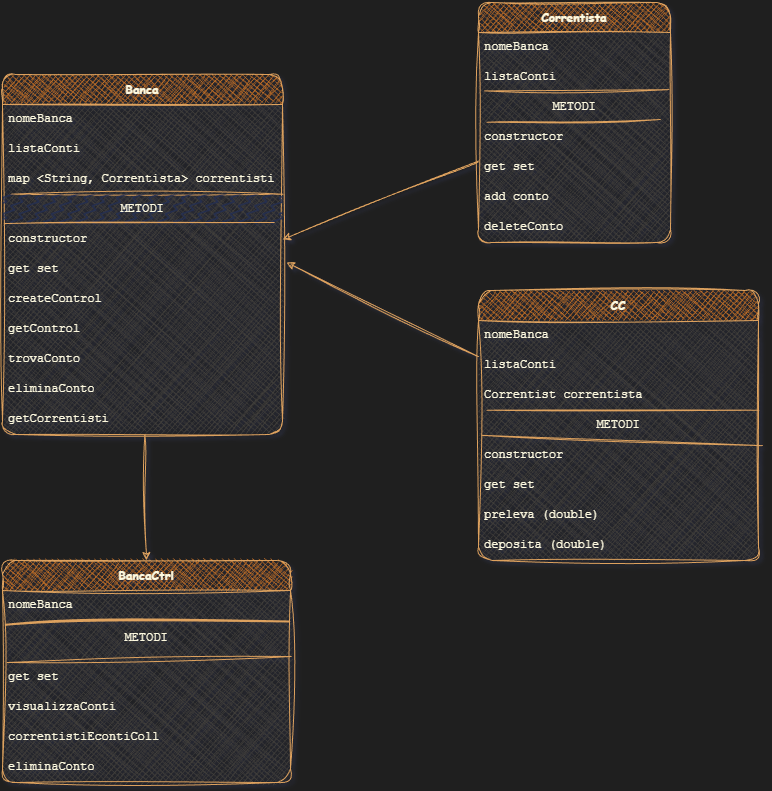
Above: ContoCorrentMVCPRJ5/diagrammaBanca_2-4-26.drawio.png in CarloDM/carloWorkspaceB22-418-JAVA (draw.io), before the change. Source tidied: cells renumbered, new cells last; positions are measured from the earlier drawing's top-left corner, leaving out a move shared by most shapes.
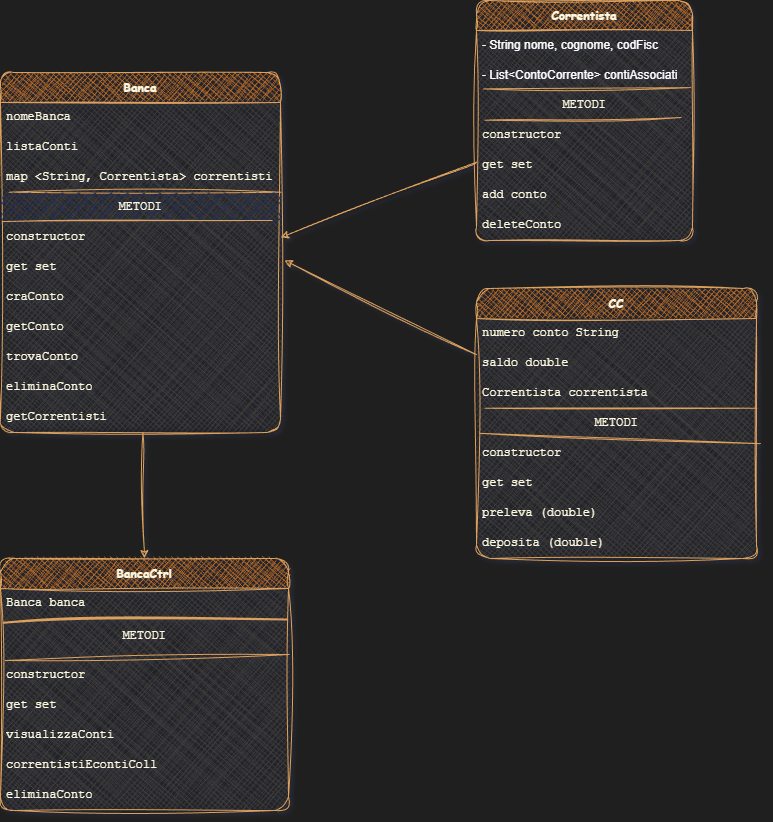
Above is the later version.

Change to the diagram source:
```diff
@@ -35,10 +35,10 @@
     <mxCell id="11" value="get set" style="text;strokeColor=none;fillColor=none;align=left;verticalAlign=middle;spacingLeft=4;spacingRight=4;overflow=hidden;points=[[0,0.5],[1,0.5]];portConstraint=eastwest;whiteSpace=wrap;html=1;fontFamily=Courier New;labelBackgroundColor=none;fontColor=#FEFAE0;" parent="3" vertex="1">
       <mxGeometry y="180" width="280" height="30" as="geometry" />
     </mxCell>
-    <mxCell id="12" value="createControl" style="text;strokeColor=none;fillColor=none;align=left;verticalAlign=middle;spacingLeft=4;spacingRight=4;overflow=hidden;whiteSpace=wrap;html=1;fontFamily=Courier New;labelBackgroundColor=none;fontColor=#FEFAE0;" parent="3" vertex="1">
+    <mxCell id="12" value="craConto" style="text;strokeColor=none;fillColor=none;align=left;verticalAlign=middle;spacingLeft=4;spacingRight=4;overflow=hidden;whiteSpace=wrap;html=1;fontFamily=Courier New;labelBackgroundColor=none;fontColor=#FEFAE0;" parent="3" vertex="1">
       <mxGeometry y="210" width="280" height="30" as="geometry" />
     </mxCell>
-    <mxCell id="13" value="getControl" style="text;strokeColor=none;fillColor=none;align=left;verticalAlign=middle;spacingLeft=4;spacingRight=4;overflow=hidden;whiteSpace=wrap;html=1;fontFamily=Courier New;labelBackgroundColor=none;fontColor=#FEFAE0;" parent="3" vertex="1">
+    <mxCell id="13" value="getConto" style="text;strokeColor=none;fillColor=none;align=left;verticalAlign=middle;spacingLeft=4;spacingRight=4;overflow=hidden;whiteSpace=wrap;html=1;fontFamily=Courier New;labelBackgroundColor=none;fontColor=#FEFAE0;" parent="3" vertex="1">
       <mxGeometry y="240" width="280" height="30" as="geometry" />
     </mxCell>
     <mxCell id="14" value="trovaConto" style="text;strokeColor=none;fillColor=none;align=left;verticalAlign=middle;spacingLeft=4;spacingRight=4;overflow=hidden;whiteSpace=wrap;html=1;fontFamily=Courier New;labelBackgroundColor=none;fontColor=#FEFAE0;" parent="3" vertex="1">
@@ -54,13 +54,13 @@
       <mxGeometry relative="1" as="geometry" />
     </mxCell>
     <mxCell id="18" value="Correntista" style="swimlane;fontStyle=1;horizontal=1;startSize=30;whiteSpace=wrap;html=1;sketch=1;hachureGap=4;jiggle=2;curveFitting=1;fontFamily=Comic Sans MS;swimlaneFillColor=#403E3A;fillStyle=cross-hatch;rounded=1;labelBackgroundColor=none;fillColor=#BC6C25;strokeColor=#DDA15E;fontColor=#FEFAE0;" parent="1" vertex="1">
-      <mxGeometry x="476" width="192" height="240" as="geometry" />
+      <mxGeometry x="476" width="216" height="240" as="geometry" />
     </mxCell>
-    <mxCell id="19" value="nomeBanca" style="text;strokeColor=none;fillColor=none;align=left;verticalAlign=middle;spacingLeft=4;spacingRight=4;overflow=hidden;whiteSpace=wrap;html=1;fontFamily=Courier New;labelBackgroundColor=none;fontColor=#FEFAE0;" parent="18" vertex="1">
-      <mxGeometry y="30" width="192" height="30" as="geometry" />
+    <mxCell id="19" value="&lt;span style=&quot;color: rgb(255, 255, 255); font-family: Helvetica;&quot;&gt;- String nome, cognome, codFisc&amp;nbsp;&lt;/span&gt;" style="text;strokeColor=none;fillColor=none;align=left;verticalAlign=middle;spacingLeft=4;spacingRight=4;overflow=hidden;whiteSpace=wrap;html=1;fontFamily=Courier New;labelBackgroundColor=none;fontColor=#FEFAE0;" parent="18" vertex="1">
+      <mxGeometry y="30" width="216" height="30" as="geometry" />
     </mxCell>
-    <mxCell id="20" value="listaConti" style="text;strokeColor=none;fillColor=none;align=left;verticalAlign=middle;spacingLeft=4;spacingRight=4;overflow=hidden;whiteSpace=wrap;html=1;fontFamily=Courier New;labelBackgroundColor=none;fontColor=#FEFAE0;" parent="18" vertex="1">
-      <mxGeometry y="60" width="192" height="30" as="geometry" />
+    <mxCell id="20" value="&lt;span style=&quot;color: rgb(255, 255, 255); font-family: Helvetica;&quot;&gt;- List&amp;lt;ContoCorrente&amp;gt; contiAssociati&lt;/span&gt;" style="text;strokeColor=none;fillColor=none;align=left;verticalAlign=middle;spacingLeft=4;spacingRight=4;overflow=hidden;whiteSpace=wrap;html=1;fontFamily=Courier New;labelBackgroundColor=none;fontColor=#FEFAE0;" parent="18" vertex="1">
+      <mxGeometry y="60" width="216" height="30" as="geometry" />
     </mxCell>
     <mxCell id="21" style="endArrow=none;html=1;rounded=0;sketch=1;hachureGap=4;jiggle=2;curveFitting=1;fontFamily=Architects Daughter;fontSource=https%3A%2F%2Ffonts.googleapis.com%2Fcss%3Ffamily%3DArchitects%2BDaughter;exitX=0.006;exitY=0.12;exitDx=0;exitDy=0;exitPerimeter=0;entryX=0.948;entryY=0.9;entryDx=0;entryDy=0;entryPerimeter=0;labelBackgroundColor=none;fontColor=default;strokeColor=#DDA15E;" parent="18" edge="1" target="22">
       <mxGeometry relative="1" as="geometry">
@@ -68,19 +68,19 @@
       </mxGeometry>
     </mxCell>
     <mxCell id="22" value="METODI" style="text;align=center;verticalAlign=middle;spacingLeft=4;spacingRight=4;overflow=hidden;points=[[0,0.5],[1,0.5]];portConstraint=eastwest;whiteSpace=wrap;html=1;fontFamily=Courier New;fillStyle=dashed;gradientDirection=radial;labelBackgroundColor=none;fontColor=#FEFAE0;" parent="18" vertex="1">
-      <mxGeometry y="90" width="192" height="30" as="geometry" />
+      <mxGeometry y="90" width="216" height="30" as="geometry" />
     </mxCell>
     <mxCell id="23" value="constructor" style="text;strokeColor=none;fillColor=none;align=left;verticalAlign=middle;spacingLeft=4;spacingRight=4;overflow=hidden;whiteSpace=wrap;html=1;fontFamily=Courier New;labelBackgroundColor=none;fontColor=#FEFAE0;" parent="18" vertex="1">
-      <mxGeometry y="120" width="192" height="30" as="geometry" />
+      <mxGeometry y="120" width="216" height="30" as="geometry" />
     </mxCell>
     <mxCell id="24" value="get set" style="text;strokeColor=none;fillColor=none;align=left;verticalAlign=middle;spacingLeft=4;spacingRight=4;overflow=hidden;whiteSpace=wrap;html=1;fontFamily=Courier New;labelBackgroundColor=none;fontColor=#FEFAE0;" parent="18" vertex="1">
-      <mxGeometry y="150" width="192" height="30" as="geometry" />
+      <mxGeometry y="150" width="216" height="30" as="geometry" />
     </mxCell>
     <mxCell id="25" value="add conto" style="text;strokeColor=none;fillColor=none;align=left;verticalAlign=middle;spacingLeft=4;spacingRight=4;overflow=hidden;whiteSpace=wrap;html=1;fontFamily=Courier New;labelBackgroundColor=none;fontColor=#FEFAE0;" parent="18" vertex="1">
-      <mxGeometry y="180" width="192" height="30" as="geometry" />
+      <mxGeometry y="180" width="216" height="30" as="geometry" />
     </mxCell>
     <mxCell id="26" value="deleteConto" style="text;strokeColor=none;fillColor=none;align=left;verticalAlign=middle;spacingLeft=4;spacingRight=4;overflow=hidden;whiteSpace=wrap;html=1;fontFamily=Courier New;labelBackgroundColor=none;fontColor=#FEFAE0;" parent="18" vertex="1">
-      <mxGeometry y="210" width="192" height="30" as="geometry" />
+      <mxGeometry y="210" width="216" height="30" as="geometry" />
     </mxCell>
     <mxCell id="27" style="endArrow=none;html=1;rounded=0;sketch=1;hachureGap=4;jiggle=2;curveFitting=1;strokeColor=#DDA15E;fontFamily=Architects Daughter;fontSource=https%3A%2F%2Ffonts.googleapis.com%2Fcss%3Ffamily%3DArchitects%2BDaughter;fontColor=#FEFAE0;fillColor=#BC6C25;exitX=0.031;exitY=-0.054;exitDx=0;exitDy=0;exitPerimeter=0;entryX=0.991;entryY=-0.096;entryDx=0;entryDy=0;entryPerimeter=0;" parent="18" edge="1" source="22" target="22">
       <mxGeometry relative="1" as="geometry" />
@@ -88,13 +88,13 @@
     <mxCell id="28" value="CC" style="swimlane;fontStyle=1;horizontal=1;startSize=30;whiteSpace=wrap;html=1;sketch=1;hachureGap=4;jiggle=2;curveFitting=1;fontFamily=Comic Sans MS;swimlaneFillColor=#403E3A;fillStyle=cross-hatch;rounded=1;labelBackgroundColor=none;fillColor=#BC6C25;strokeColor=#DDA15E;fontColor=#FEFAE0;" parent="1" vertex="1">
       <mxGeometry x="476" y="288" width="280" height="270" as="geometry" />
     </mxCell>
-    <mxCell id="29" value="nomeBanca" style="text;strokeColor=none;fillColor=none;align=left;verticalAlign=middle;spacingLeft=4;spacingRight=4;overflow=hidden;whiteSpace=wrap;html=1;fontFamily=Courier New;labelBackgroundColor=none;fontColor=#FEFAE0;" parent="28" vertex="1">
+    <mxCell id="29" value="numero conto String" style="text;strokeColor=none;fillColor=none;align=left;verticalAlign=middle;spacingLeft=4;spacingRight=4;overflow=hidden;whiteSpace=wrap;html=1;fontFamily=Courier New;labelBackgroundColor=none;fontColor=#FEFAE0;" parent="28" vertex="1">
       <mxGeometry y="30" width="280" height="30" as="geometry" />
     </mxCell>
-    <mxCell id="30" value="listaConti" style="text;strokeColor=none;fillColor=none;align=left;verticalAlign=middle;spacingLeft=4;spacingRight=4;overflow=hidden;whiteSpace=wrap;html=1;fontFamily=Courier New;labelBackgroundColor=none;fontColor=#FEFAE0;" parent="28" vertex="1">
+    <mxCell id="30" value="saldo double" style="text;strokeColor=none;fillColor=none;align=left;verticalAlign=middle;spacingLeft=4;spacingRight=4;overflow=hidden;whiteSpace=wrap;html=1;fontFamily=Courier New;labelBackgroundColor=none;fontColor=#FEFAE0;" parent="28" vertex="1">
       <mxGeometry y="60" width="280" height="30" as="geometry" />
     </mxCell>
-    <mxCell id="31" value="Correntist correntista" style="text;strokeColor=none;fillColor=none;align=left;verticalAlign=middle;spacingLeft=4;spacingRight=4;overflow=hidden;whiteSpace=wrap;html=1;fontFamily=Courier New;labelBackgroundColor=none;fontColor=#FEFAE0;" parent="28" vertex="1">
+    <mxCell id="31" value="Correntista correntista" style="text;strokeColor=none;fillColor=none;align=left;verticalAlign=middle;spacingLeft=4;spacingRight=4;overflow=hidden;whiteSpace=wrap;html=1;fontFamily=Courier New;labelBackgroundColor=none;fontColor=#FEFAE0;" parent="28" vertex="1">
       <mxGeometry y="90" width="280" height="30" as="geometry" />
     </mxCell>
     <mxCell id="32" style="endArrow=none;html=1;rounded=0;sketch=1;hachureGap=4;jiggle=2;curveFitting=1;fontFamily=Architects Daughter;fontSource=https%3A%2F%2Ffonts.googleapis.com%2Fcss%3Ffamily%3DArchitects%2BDaughter;exitX=0.006;exitY=0.12;exitDx=0;exitDy=0;exitPerimeter=0;entryX=0.977;entryY=1.12;entryDx=0;entryDy=0;entryPerimeter=0;labelBackgroundColor=none;fontColor=default;strokeColor=#DDA15E;" parent="28" edge="1">
@@ -122,9 +122,9 @@
       <mxGeometry y="240" width="280" height="30" as="geometry" />
     </mxCell>
     <mxCell id="39" value="BancaCtrl" style="swimlane;fontStyle=1;horizontal=1;startSize=30;whiteSpace=wrap;html=1;sketch=1;hachureGap=4;jiggle=2;curveFitting=1;fontFamily=Comic Sans MS;swimlaneFillColor=#403E3A;fillStyle=cross-hatch;rounded=1;labelBackgroundColor=none;fillColor=#BC6C25;strokeColor=#DDA15E;fontColor=#FEFAE0;" parent="1" vertex="1">
-      <mxGeometry y="558" width="288" height="222" as="geometry" />
+      <mxGeometry y="558" width="288" height="252" as="geometry" />
     </mxCell>
-    <mxCell id="40" value="nomeBanca" style="text;strokeColor=none;fillColor=none;align=left;verticalAlign=middle;spacingLeft=4;spacingRight=4;overflow=hidden;whiteSpace=wrap;html=1;fontFamily=Courier New;labelBackgroundColor=none;fontColor=#FEFAE0;" parent="39" vertex="1">
+    <mxCell id="40" value="Banca banca" style="text;strokeColor=none;fillColor=none;align=left;verticalAlign=middle;spacingLeft=4;spacingRight=4;overflow=hidden;whiteSpace=wrap;html=1;fontFamily=Courier New;labelBackgroundColor=none;fontColor=#FEFAE0;" parent="39" vertex="1">
       <mxGeometry y="30" width="288" height="30" as="geometry" />
     </mxCell>
     <mxCell id="41" style="endArrow=none;html=1;rounded=0;sketch=1;hachureGap=4;jiggle=2;curveFitting=1;fontFamily=Architects Daughter;fontSource=https%3A%2F%2Ffonts.googleapis.com%2Fcss%3Ffamily%3DArchitects%2BDaughter;exitX=0.006;exitY=0.12;exitDx=0;exitDy=0;exitPerimeter=0;entryX=1.003;entryY=1;entryDx=0;entryDy=0;entryPerimeter=0;labelBackgroundColor=none;fontColor=default;strokeColor=#DDA15E;" parent="39" edge="1" target="42">
@@ -138,17 +138,20 @@
     <mxCell id="43" value="creaNuovoConto" style="text;strokeColor=none;fillColor=none;align=left;verticalAlign=middle;spacingLeft=4;spacingRight=4;overflow=hidden;whiteSpace=wrap;html=1;fontFamily=Courier New;labelBackgroundColor=none;fontColor=#FEFAE0;" parent="39" vertex="1">
       <mxGeometry y="96" width="288" height="6" as="geometry" />
     </mxCell>
-    <mxCell id="44" value="get set" style="text;strokeColor=none;fillColor=none;align=left;verticalAlign=middle;spacingLeft=4;spacingRight=4;overflow=hidden;whiteSpace=wrap;html=1;fontFamily=Courier New;labelBackgroundColor=none;fontColor=#FEFAE0;" parent="39" vertex="1">
+    <mxCell id="44" value="constructor" style="text;strokeColor=none;fillColor=none;align=left;verticalAlign=middle;spacingLeft=4;spacingRight=4;overflow=hidden;whiteSpace=wrap;html=1;fontFamily=Courier New;labelBackgroundColor=none;fontColor=#FEFAE0;" parent="39" vertex="1">
       <mxGeometry y="102" width="288" height="30" as="geometry" />
     </mxCell>
+    <mxCell id="50" value="get set" style="text;strokeColor=none;fillColor=none;align=left;verticalAlign=middle;spacingLeft=4;spacingRight=4;overflow=hidden;whiteSpace=wrap;html=1;fontFamily=Courier New;labelBackgroundColor=none;fontColor=#FEFAE0;" parent="39" vertex="1">
+      <mxGeometry y="132" width="288" height="30" as="geometry" />
+    </mxCell>
     <mxCell id="45" value="visualizzaConti" style="text;strokeColor=none;fillColor=none;align=left;verticalAlign=middle;spacingLeft=4;spacingRight=4;overflow=hidden;whiteSpace=wrap;html=1;fontFamily=Courier New;labelBackgroundColor=none;fontColor=#FEFAE0;" parent="39" vertex="1">
-      <mxGeometry y="132" width="288" height="30" as="geometry" />
+      <mxGeometry y="162" width="288" height="30" as="geometry" />
     </mxCell>
     <mxCell id="46" value="correntistiEcontiColl" style="text;strokeColor=none;fillColor=none;align=left;verticalAlign=middle;spacingLeft=4;spacingRight=4;overflow=hidden;whiteSpace=wrap;html=1;fontFamily=Courier New;labelBackgroundColor=none;fontColor=#FEFAE0;" parent="39" vertex="1">
-      <mxGeometry y="162" width="288" height="30" as="geometry" />
+      <mxGeometry y="192" width="288" height="30" as="geometry" />
     </mxCell>
     <mxCell id="47" value="eliminaConto" style="text;strokeColor=none;fillColor=none;align=left;verticalAlign=middle;spacingLeft=4;spacingRight=4;overflow=hidden;whiteSpace=wrap;html=1;fontFamily=Courier New;labelBackgroundColor=none;fontColor=#FEFAE0;" parent="39" vertex="1">
-      <mxGeometry y="192" width="288" height="30" as="geometry" />
+      <mxGeometry y="222" width="288" height="30" as="geometry" />
     </mxCell>
     <mxCell id="48" style="endArrow=none;html=1;strokeWidth=2;rounded=0;sketch=1;hachureGap=4;jiggle=2;curveFitting=1;strokeColor=#DDA15E;fontFamily=Architects Daughter;fontSource=https%3A%2F%2Ffonts.googleapis.com%2Fcss%3Ffamily%3DArchitects%2BDaughter;fontColor=#FEFAE0;fillColor=#BC6C25;exitX=0.013;exitY=0.132;exitDx=0;exitDy=0;exitPerimeter=0;entryX=0.998;entryY=0.042;entryDx=0;entryDy=0;entryPerimeter=0;" parent="39" edge="1" source="42" target="42">
       <mxGeometry relative="1" as="geometry" />
```
